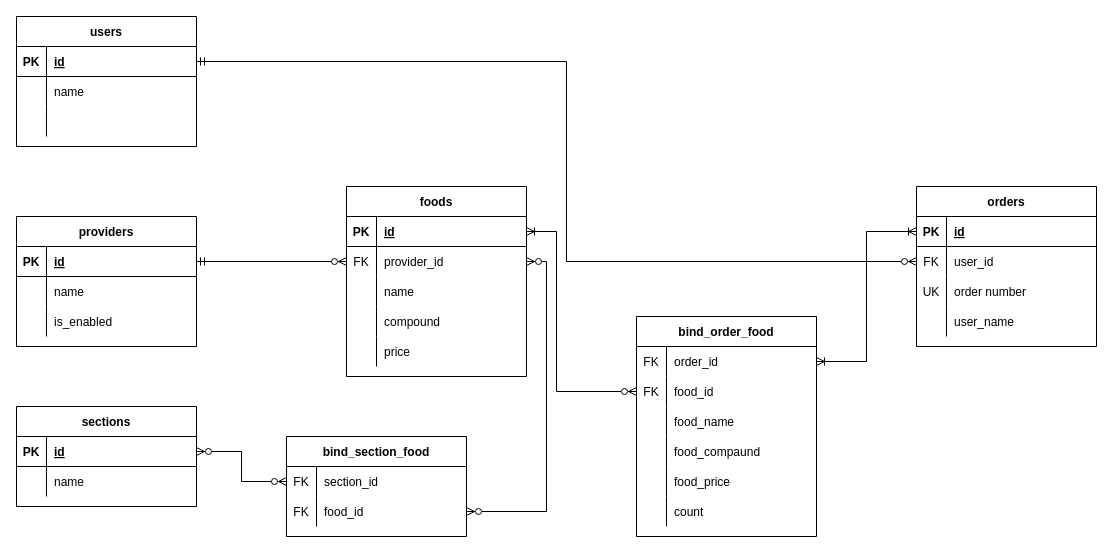
Before: page "Таблицы" (2 of 2) of docs/DB_shema.drawio in alexeyp0708/test-technovisor-delivery_food, a draw.io diagram. Source tidied: cells renumbered, new cells numbered last; positions are measured from the earlier drawing's top-left corner, leaving out a move shared by most shapes. Both pictures are drawn from the tidied source at 100%, with x=0, y=0 at pixel (16, 16).
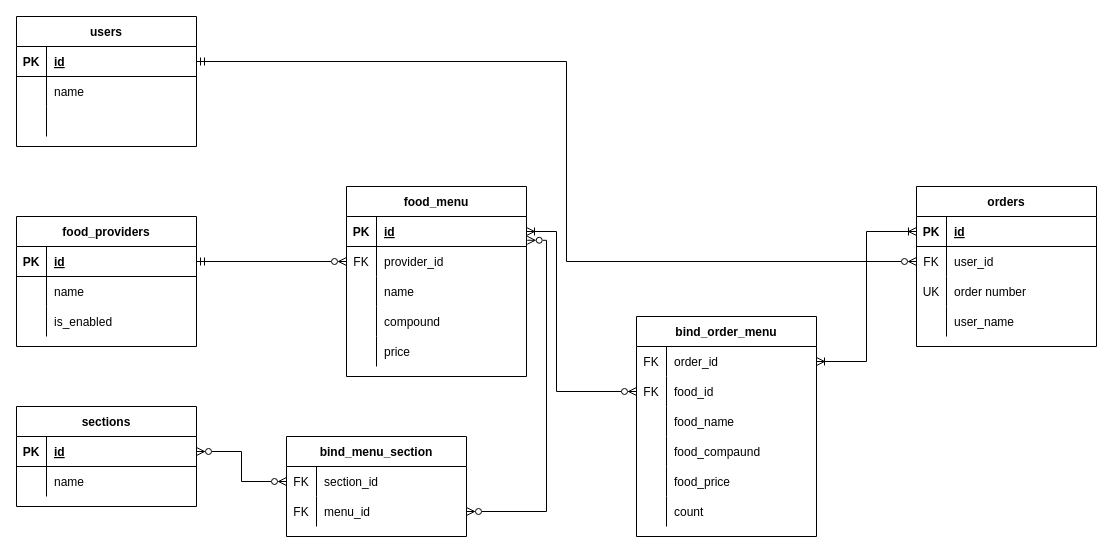
The same diagram, later.

Unchanged cells that the change refers to:
```xml
<mxCell id="30" style="shape=tableRow;horizontal=0;startSize=0;swimlaneHead=0;swimlaneBody=0;fillColor=none;points=[[0,0.5],[1,0.5]];portConstraint=eastwest;top=0;left=0;right=0;bottom=1;" parent="29" vertex="1">
  <mxGeometry y="30" width="180" height="30" as="geometry" />
</mxCell>
<mxCell id="33" style="shape=tableRow;horizontal=0;startSize=0;swimlaneHead=0;swimlaneBody=0;fillColor=none;points=[[0,0.5],[1,0.5]];portConstraint=eastwest;top=0;left=0;right=0;bottom=0;" parent="29" vertex="1">
  <mxGeometry y="60" width="180" height="30" as="geometry" />
</mxCell>
<mxCell id="63" style="shape=tableRow;horizontal=0;startSize=0;swimlaneHead=0;swimlaneBody=0;fillColor=none;points=[[0,0.5],[1,0.5]];portConstraint=eastwest;top=0;left=0;right=0;bottom=0;" parent="59" vertex="1">
  <mxGeometry y="60" width="180" height="30" as="geometry" />
</mxCell>
```

The edit, as a diff of the source:
```diff
@@
-    <mxCell id="12" value="providers" style="shape=table;startSize=30;childLayout=tableLayout;rowLines=0;fontStyle=1;align=center;" parent="1" vertex="1">
+    <mxCell id="12" value="food_providers" style="shape=table;startSize=30;childLayout=tableLayout;rowLines=0;fontStyle=1;align=center;" parent="1" vertex="1">
       <mxGeometry y="200" width="180" height="130" as="geometry" />
     </mxCell>
@@
-    <mxCell id="29" value="foods" style="shape=table;startSize=30;childLayout=tableLayout;rowLines=0;fontStyle=1;align=center;" parent="1" vertex="1">
+    <mxCell id="29" value="food_menu" style="shape=table;startSize=30;childLayout=tableLayout;rowLines=0;fontStyle=1;align=center;" parent="1" vertex="1">
       <mxGeometry x="330" y="170" width="180" height="190" as="geometry" />
     </mxCell>
@@
-    <mxCell id="59" value="bind_section_food" style="shape=table;startSize=30;childLayout=tableLayout;rowLines=0;fontStyle=1;align=center;" parent="1" vertex="1">
+    <mxCell id="59" value="bind_menu_section" style="shape=table;startSize=30;childLayout=tableLayout;rowLines=0;fontStyle=1;align=center;" parent="1" vertex="1">
       <mxGeometry x="270" y="420" width="180" height="100" as="geometry" />
     </mxCell>
@@
-    <mxCell id="65" value="food_id" style="shape=partialRectangle;fillColor=none;top=0;left=0;bottom=0;right=0;align=left;spacingLeft=6;fontStyle=0;overflow=hidden;" parent="63" vertex="1">
+    <mxCell id="65" value="menu_id" style="shape=partialRectangle;fillColor=none;top=0;left=0;bottom=0;right=0;align=left;spacingLeft=6;fontStyle=0;overflow=hidden;" parent="63" vertex="1">
       <mxGeometry x="30" width="150" height="30" as="geometry" />
     </mxCell>
@@
-    <mxCell id="67" style="edgeStyle=orthogonalEdgeStyle;rounded=0;jettySize=auto;html=1;entryX=1;entryY=0.5;entryDx=0;entryDy=0;startArrow=ERzeroToMany;startFill=0;endArrow=ERzeroToMany;endFill=0;" parent="1" edge="1" source="63" target="33">
+    <mxCell id="67" style="edgeStyle=orthogonalEdgeStyle;rounded=0;jettySize=auto;html=1;entryX=1.004;entryY=0.792;entryDx=0;entryDy=0;startArrow=ERzeroToMany;startFill=0;endArrow=ERzeroToMany;endFill=0;entryPerimeter=0;" parent="1" edge="1" source="63" target="30">
       <mxGeometry relative="1" as="geometry" />
     </mxCell>
@@
-    <mxCell id="69" value="bind_order_food" style="shape=table;startSize=30;childLayout=tableLayout;rowLines=0;fontStyle=1;align=center;" parent="1" vertex="1">
+    <mxCell id="69" value="bind_order_menu" style="shape=table;startSize=30;childLayout=tableLayout;rowLines=0;fontStyle=1;align=center;" parent="1" vertex="1">
       <mxGeometry x="620" y="300" width="180" height="220" as="geometry" />
     </mxCell>
```
